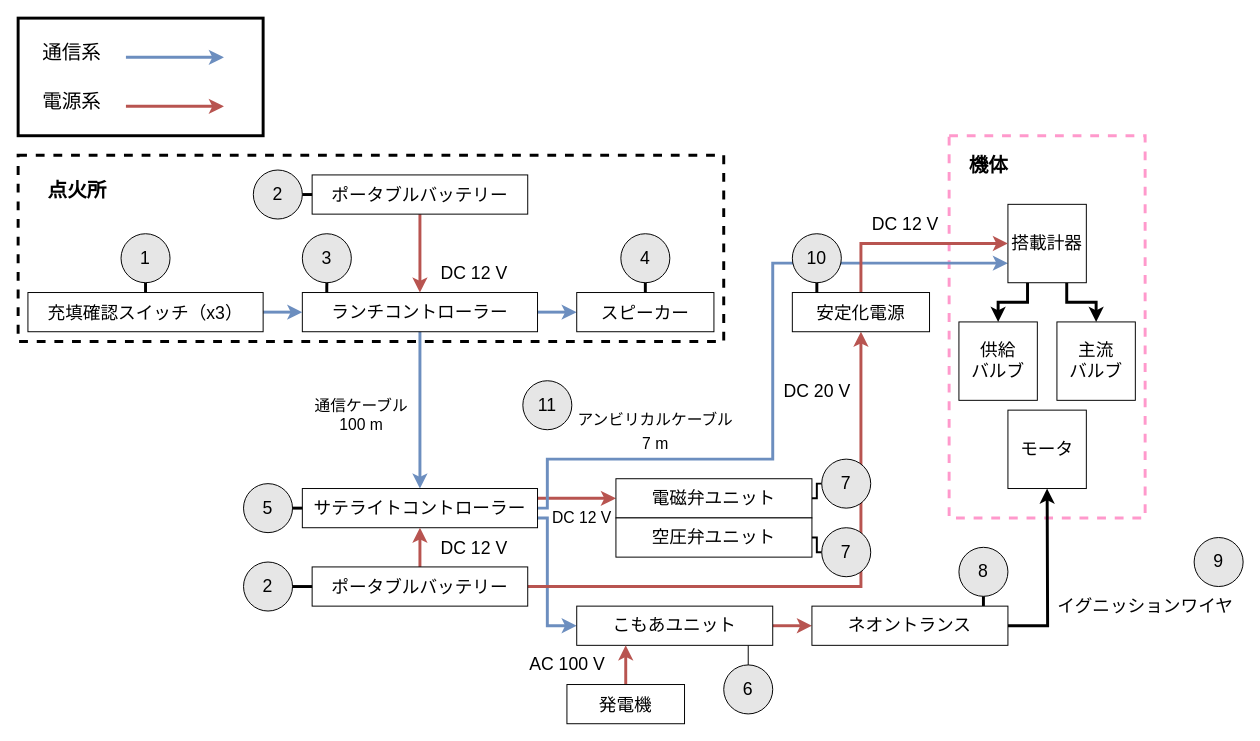
Earlier version of the draw.io diagram Documents/Development/WireingDiagram/WiringSystemDiagram.drawio (tokai-student-rocket-project/Gen6-GSE-Elec). Source tidied: cells renumbered, new cells numbered last; positions are measured from the earlier drawing's top-left corner, leaving out a move shared by most shapes. Both pictures are drawn from the tidied source at 98%, with x=0, y=0 at pixel (18, 18).
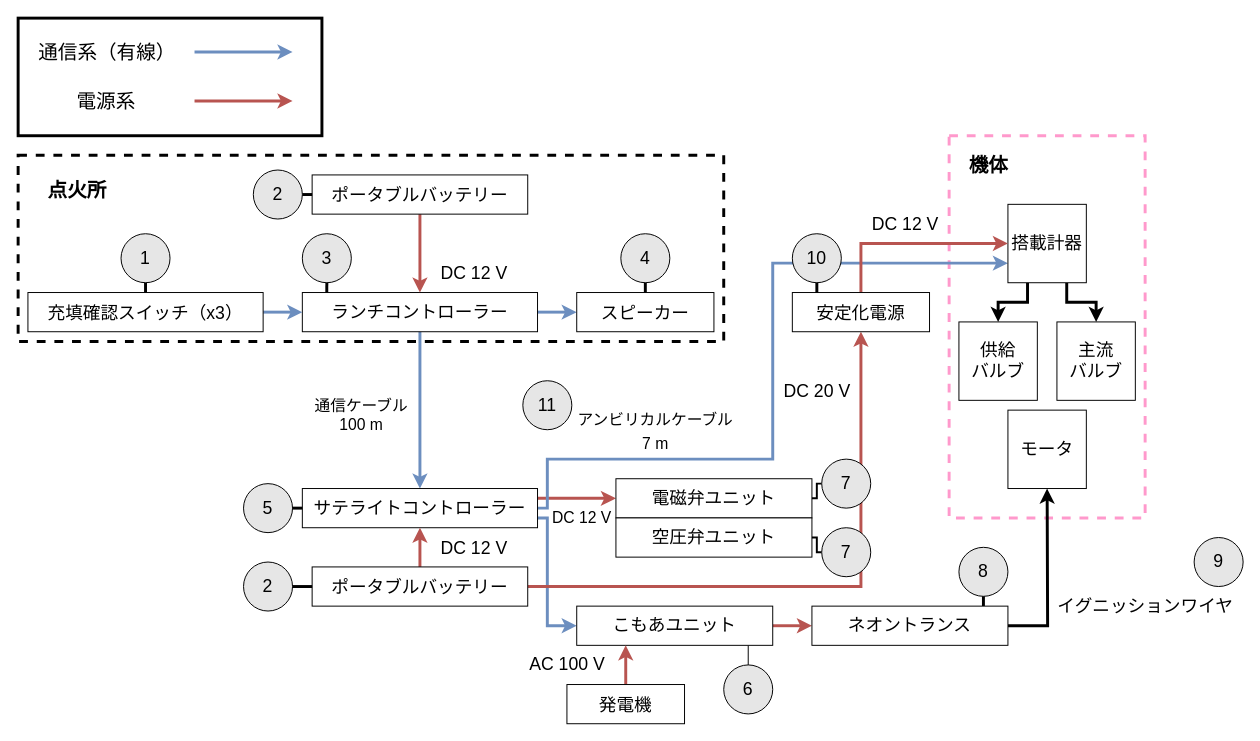
The same diagram, later.

Commit message:
有線で接続されていることを強調

Change to the diagram source:
```diff
@@
     <mxCell id="52" style="rounded=0;whiteSpace=wrap;html=1;fontSize=18;fillColor=none;strokeWidth=3;" parent="1" vertex="1">
-      <mxGeometry width="250" height="120" as="geometry" />
+      <mxGeometry width="310" height="120" as="geometry" />
     </mxCell>
-    <mxCell id="53" value="&lt;font style=&quot;font-size: 20px;&quot;&gt;通信系&lt;/font&gt;" style="text;html=1;strokeColor=none;fillColor=none;align=center;verticalAlign=middle;whiteSpace=wrap;rounded=0;dashed=1;strokeWidth=3;fontSize=18;" parent="1" vertex="1">
-      <mxGeometry x="20" y="20" width="70" height="30" as="geometry" />
+    <mxCell id="53" value="&lt;font style=&quot;font-size: 20px;&quot;&gt;通信系（有線）&lt;/font&gt;" style="text;html=1;strokeColor=none;fillColor=none;align=center;verticalAlign=middle;whiteSpace=wrap;rounded=0;dashed=1;strokeWidth=3;fontSize=18;" parent="1" vertex="1">
+      <mxGeometry x="20" y="20" width="140" height="30" as="geometry" />
     </mxCell>
     <mxCell id="54" value="&lt;font style=&quot;font-size: 20px;&quot;&gt;電源系&lt;/font&gt;" style="text;html=1;strokeColor=none;fillColor=none;align=center;verticalAlign=middle;whiteSpace=wrap;rounded=0;dashed=1;strokeWidth=3;fontSize=18;" parent="1" vertex="1">
-      <mxGeometry x="20" y="70" width="70" height="30" as="geometry" />
+      <mxGeometry x="55" y="70" width="70" height="30" as="geometry" />
     </mxCell>
     <mxCell id="55" style="endArrow=classic;html=1;rounded=0;strokeColor=#6c8ebf;strokeWidth=3;fontSize=18;fillColor=#dae8fc;" parent="1" edge="1">
       <mxGeometry relative="1" as="geometry">
-        <mxPoint x="110" y="40" as="sourcePoint" />
-        <mxPoint x="210" y="40" as="targetPoint" />
+        <mxPoint x="180" y="34.5" as="sourcePoint" />
+        <mxPoint x="280" y="34.5" as="targetPoint" />
       </mxGeometry>
     </mxCell>
     <mxCell id="56" style="endArrow=classic;html=1;rounded=0;strokeColor=#b85450;strokeWidth=3;fontSize=18;fillColor=#f8cecc;" parent="1" edge="1">
       <mxGeometry relative="1" as="geometry">
-        <mxPoint x="110" y="90" as="sourcePoint" />
-        <mxPoint x="210" y="90" as="targetPoint" />
+        <mxPoint x="180" y="84.5" as="sourcePoint" />
+        <mxPoint x="280" y="84.5" as="targetPoint" />
       </mxGeometry>
     </mxCell>
```
